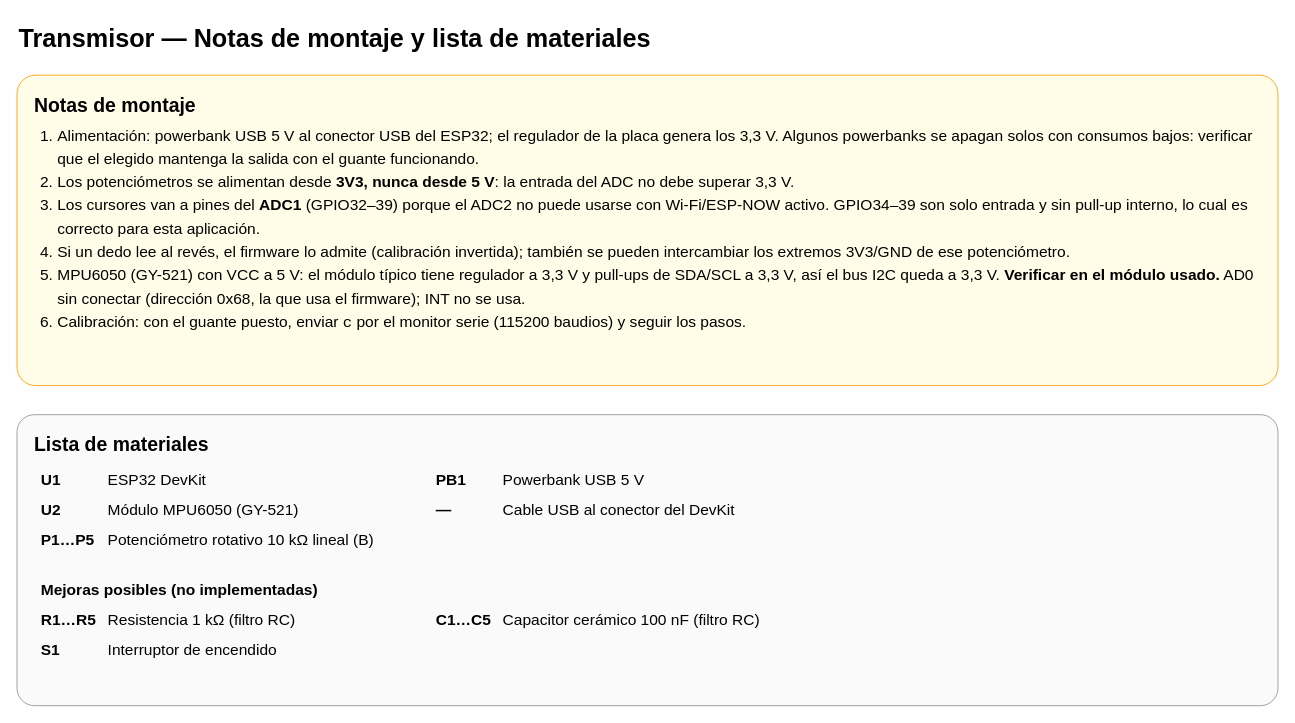
This is page "Notas y materiales" (2 of 2) of Transmisor/Conexionado_Transmisor.drawio from sevastianamoroso/proyecto-mano, a draw.io file, before an edit. Source tidied: cells renumbered, new cells numbered last; positions are measured from the earlier drawing's top-left corner, leaving out a move shared by most shapes. Both pictures are drawn from the tidied source at 97%, with x=0, y=0 at pixel (16, 16).
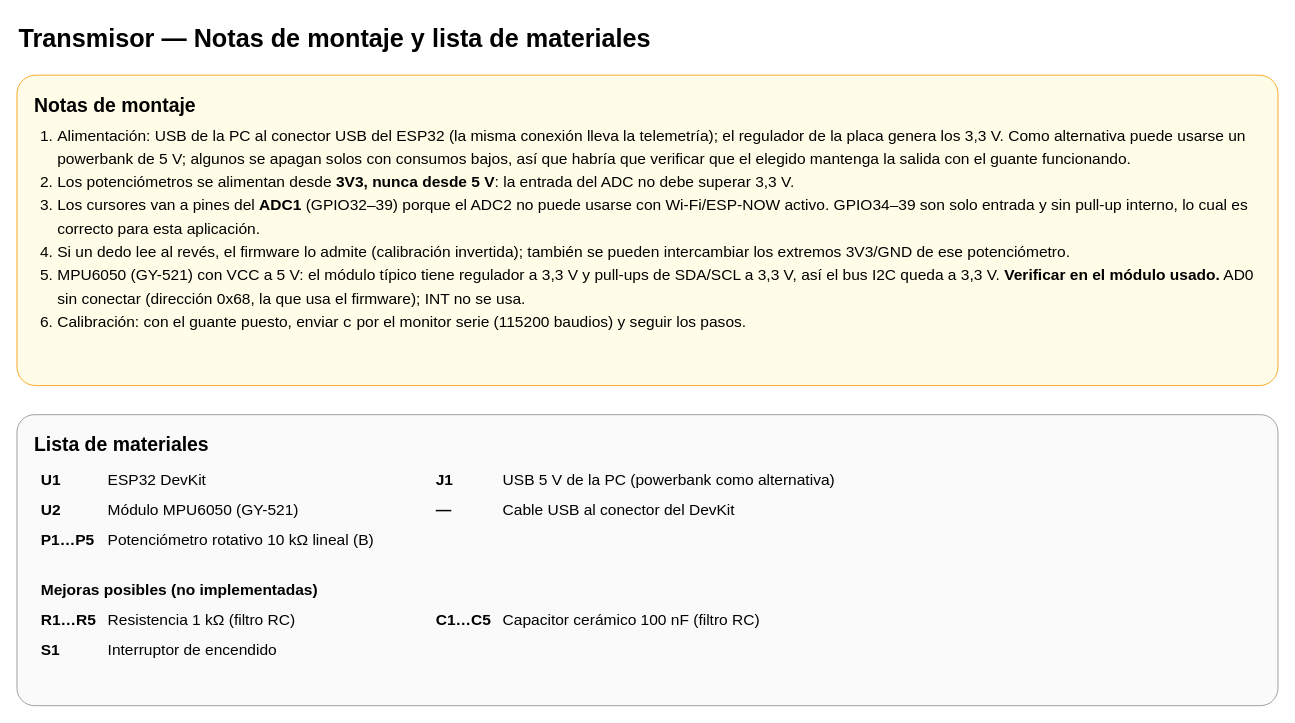
Above is the later version.

Commit message (it also covers changes not shown here):
docs: diagramas de conexionado en el informe, guante alimentado por USB de la PC y retardo Tx-Rx pendiente de validar

What changed in the source:
```diff
@@
 <mxGraphModel>
   <root>
     <mxCell id="0" />
     <mxCell id="1" parent="0" />
     <mxCell id="2" value="&lt;b style='font-size:26px'&gt;Transmisor — Notas de montaje y lista de materiales&lt;/b&gt;" style="text;html=1;whiteSpace=wrap;fontSize=14;" parent="1" vertex="1">
       <mxGeometry width="1300" height="44" as="geometry" />
     </mxCell>
-    <mxCell id="3" value="&lt;b style='font-size:20px'&gt;Notas de montaje&lt;/b&gt;&lt;ol style='margin:8px 0 0 0;padding-left:24px;line-height:1.5'&gt;&lt;li&gt;Alimentación: powerbank USB 5 V al conector USB del ESP32; el regulador de la placa genera los 3,3 V. Algunos powerbanks se apagan solos con consumos bajos: verificar que el elegido mantenga la salida con el guante funcionando.&lt;/li&gt;&lt;li&gt;Los potenciómetros se alimentan desde &lt;b&gt;3V3, nunca desde 5 V&lt;/b&gt;: la entrada del ADC no debe superar 3,3 V.&lt;/li&gt;&lt;li&gt;Los cursores van a pines del &lt;b&gt;ADC1&lt;/b&gt; (GPIO32–39) porque el ADC2 no puede usarse con Wi-Fi/ESP-NOW activo. GPIO34–39 son solo entrada y sin pull-up interno, lo cual es correcto para esta aplicación.&lt;/li&gt;&lt;li&gt;Si un dedo lee al revés, el firmware lo admite (calibración invertida); también se pueden intercambiar los extremos 3V3/GND de ese potenciómetro.&lt;/li&gt;&lt;li&gt;MPU6050 (GY-521) con VCC a 5 V: el módulo típico tiene regulador a 3,3 V y pull-ups de SDA/SCL a 3,3 V, así el bus I2C queda a 3,3 V. &lt;b&gt;Verificar en el módulo usado.&lt;/b&gt; AD0 sin conectar (dirección 0x68, la que usa el firmware); INT no se usa.&lt;/li&gt;&lt;li&gt;Calibración: con el guante puesto, enviar &lt;code&gt;c&lt;/code&gt; por el monitor serie (115200 baudios) y seguir los pasos.&lt;/li&gt;&lt;/ol&gt;" style="rounded=1;arcSize=6;whiteSpace=wrap;html=1;fontSize=14;align=left;verticalAlign=top;spacingLeft=16;spacingRight=16;spacingTop=12;fontSize=16;fillColor=#FFFDE7;strokeColor=#F9A825;" parent="1" vertex="1">
+    <mxCell id="3" value="&lt;b style='font-size:20px'&gt;Notas de montaje&lt;/b&gt;&lt;ol style='margin:8px 0 0 0;padding-left:24px;line-height:1.5'&gt;&lt;li&gt;Alimentación: USB de la PC al conector USB del ESP32 (la misma conexión lleva la telemetría); el regulador de la placa genera los 3,3 V. Como alternativa puede usarse un powerbank de 5 V; algunos se apagan solos con consumos bajos, así que habría que verificar que el elegido mantenga la salida con el guante funcionando.&lt;/li&gt;&lt;li&gt;Los potenciómetros se alimentan desde &lt;b&gt;3V3, nunca desde 5 V&lt;/b&gt;: la entrada del ADC no debe superar 3,3 V.&lt;/li&gt;&lt;li&gt;Los cursores van a pines del &lt;b&gt;ADC1&lt;/b&gt; (GPIO32–39) porque el ADC2 no puede usarse con Wi-Fi/ESP-NOW activo. GPIO34–39 son solo entrada y sin pull-up interno, lo cual es correcto para esta aplicación.&lt;/li&gt;&lt;li&gt;Si un dedo lee al revés, el firmware lo admite (calibración invertida); también se pueden intercambiar los extremos 3V3/GND de ese potenciómetro.&lt;/li&gt;&lt;li&gt;MPU6050 (GY-521) con VCC a 5 V: el módulo típico tiene regulador a 3,3 V y pull-ups de SDA/SCL a 3,3 V, así el bus I2C queda a 3,3 V. &lt;b&gt;Verificar en el módulo usado.&lt;/b&gt; AD0 sin conectar (dirección 0x68, la que usa el firmware); INT no se usa.&lt;/li&gt;&lt;li&gt;Calibración: con el guante puesto, enviar &lt;code&gt;c&lt;/code&gt; por el monitor serie (115200 baudios) y seguir los pasos.&lt;/li&gt;&lt;/ol&gt;" style="rounded=1;arcSize=6;whiteSpace=wrap;html=1;fontSize=14;align=left;verticalAlign=top;spacingLeft=16;spacingRight=16;spacingTop=12;fontSize=16;fillColor=#FFFDE7;strokeColor=#F9A825;" parent="1" vertex="1">
       <mxGeometry y="60" width="1300" height="320" as="geometry" />
     </mxCell>
-    <mxCell id="4" value="&lt;b style='font-size:20px'&gt;Lista de materiales&lt;/b&gt;&lt;table style='font-size:16px;margin-top:8px' cellpadding='5'&gt;&lt;tr&gt;&lt;td&gt;&lt;b&gt;U1&lt;/b&gt;&lt;/td&gt;&lt;td&gt;ESP32 DevKit&lt;/td&gt;&lt;td width='40'&gt;&lt;/td&gt;&lt;td&gt;&lt;b&gt;PB1&lt;/b&gt;&lt;/td&gt;&lt;td&gt;Powerbank USB 5 V&lt;/td&gt;&lt;/tr&gt;&lt;tr&gt;&lt;td&gt;&lt;b&gt;U2&lt;/b&gt;&lt;/td&gt;&lt;td&gt;Módulo MPU6050 (GY-521)&lt;/td&gt;&lt;td&gt;&lt;/td&gt;&lt;td&gt;&lt;b&gt;—&lt;/b&gt;&lt;/td&gt;&lt;td&gt;Cable USB al conector del DevKit&lt;/td&gt;&lt;/tr&gt;&lt;tr&gt;&lt;td&gt;&lt;b&gt;P1…P5&lt;/b&gt;&lt;/td&gt;&lt;td&gt;Potenciómetro rotativo 10 kΩ lineal (B)&lt;/td&gt;&lt;td&gt;&lt;/td&gt;&lt;td&gt;&lt;/td&gt;&lt;td&gt;&lt;/td&gt;&lt;/tr&gt;&lt;tr&gt;&lt;td colspan='5'&gt;&lt;br&gt;&lt;b&gt;Mejoras posibles (no implementadas)&lt;/b&gt;&lt;/td&gt;&lt;/tr&gt;&lt;tr&gt;&lt;td&gt;&lt;b&gt;R1…R5&lt;/b&gt;&lt;/td&gt;&lt;td&gt;Resistencia 1 kΩ (filtro RC)&lt;/td&gt;&lt;td&gt;&lt;/td&gt;&lt;td&gt;&lt;b&gt;C1…C5&lt;/b&gt;&lt;/td&gt;&lt;td&gt;Capacitor cerámico 100 nF (filtro RC)&lt;/td&gt;&lt;/tr&gt;&lt;tr&gt;&lt;td&gt;&lt;b&gt;S1&lt;/b&gt;&lt;/td&gt;&lt;td&gt;Interruptor de encendido&lt;/td&gt;&lt;td&gt;&lt;/td&gt;&lt;td&gt;&lt;/td&gt;&lt;td&gt;&lt;/td&gt;&lt;/tr&gt;&lt;/table&gt;" style="rounded=1;arcSize=6;whiteSpace=wrap;html=1;fontSize=14;align=left;verticalAlign=top;spacingLeft=16;spacingRight=16;spacingTop=12;fontSize=16;fillColor=#FAFAFA;strokeColor=#9E9E9E;" parent="1" vertex="1">
+    <mxCell id="4" value="&lt;b style='font-size:20px'&gt;Lista de materiales&lt;/b&gt;&lt;table style='font-size:16px;margin-top:8px' cellpadding='5'&gt;&lt;tr&gt;&lt;td&gt;&lt;b&gt;U1&lt;/b&gt;&lt;/td&gt;&lt;td&gt;ESP32 DevKit&lt;/td&gt;&lt;td width='40'&gt;&lt;/td&gt;&lt;td&gt;&lt;b&gt;J1&lt;/b&gt;&lt;/td&gt;&lt;td&gt;USB 5 V de la PC (powerbank como alternativa)&lt;/td&gt;&lt;/tr&gt;&lt;tr&gt;&lt;td&gt;&lt;b&gt;U2&lt;/b&gt;&lt;/td&gt;&lt;td&gt;Módulo MPU6050 (GY-521)&lt;/td&gt;&lt;td&gt;&lt;/td&gt;&lt;td&gt;&lt;b&gt;—&lt;/b&gt;&lt;/td&gt;&lt;td&gt;Cable USB al conector del DevKit&lt;/td&gt;&lt;/tr&gt;&lt;tr&gt;&lt;td&gt;&lt;b&gt;P1…P5&lt;/b&gt;&lt;/td&gt;&lt;td&gt;Potenciómetro rotativo 10 kΩ lineal (B)&lt;/td&gt;&lt;td&gt;&lt;/td&gt;&lt;td&gt;&lt;/td&gt;&lt;td&gt;&lt;/td&gt;&lt;/tr&gt;&lt;tr&gt;&lt;td colspan='5'&gt;&lt;br&gt;&lt;b&gt;Mejoras posibles (no implementadas)&lt;/b&gt;&lt;/td&gt;&lt;/tr&gt;&lt;tr&gt;&lt;td&gt;&lt;b&gt;R1…R5&lt;/b&gt;&lt;/td&gt;&lt;td&gt;Resistencia 1 kΩ (filtro RC)&lt;/td&gt;&lt;td&gt;&lt;/td&gt;&lt;td&gt;&lt;b&gt;C1…C5&lt;/b&gt;&lt;/td&gt;&lt;td&gt;Capacitor cerámico 100 nF (filtro RC)&lt;/td&gt;&lt;/tr&gt;&lt;tr&gt;&lt;td&gt;&lt;b&gt;S1&lt;/b&gt;&lt;/td&gt;&lt;td&gt;Interruptor de encendido&lt;/td&gt;&lt;td&gt;&lt;/td&gt;&lt;td&gt;&lt;/td&gt;&lt;td&gt;&lt;/td&gt;&lt;/tr&gt;&lt;/table&gt;" style="rounded=1;arcSize=6;whiteSpace=wrap;html=1;fontSize=14;align=left;verticalAlign=top;spacingLeft=16;spacingRight=16;spacingTop=12;fontSize=16;fillColor=#FAFAFA;strokeColor=#9E9E9E;" parent="1" vertex="1">
       <mxGeometry y="410" width="1300" height="300" as="geometry" />
     </mxCell>
   </root>
 </mxGraphModel>
```
